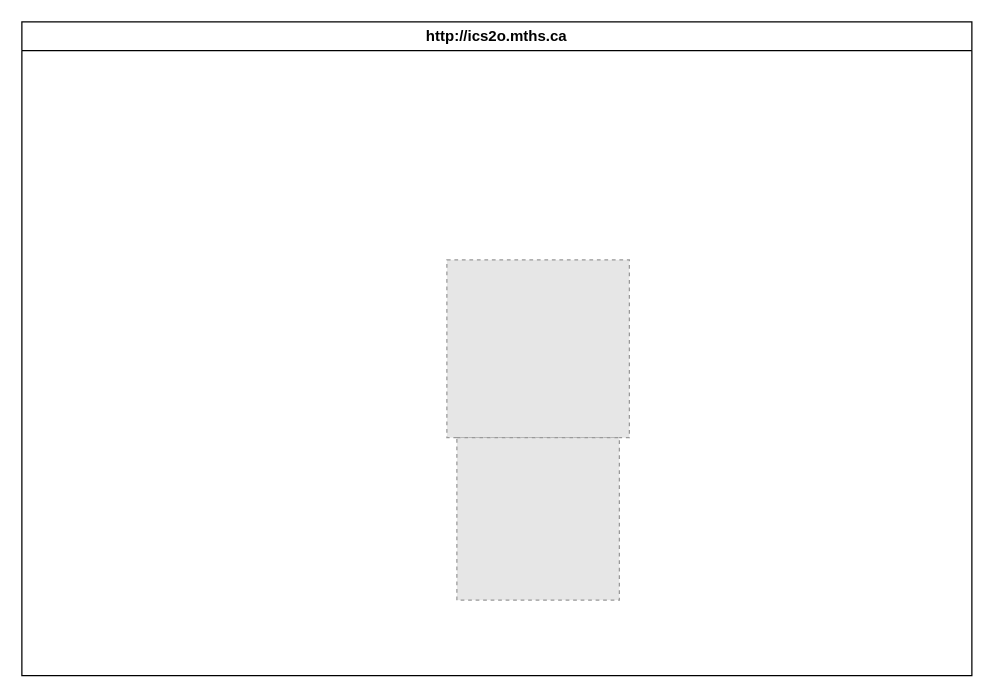
MTHS-ICD2O-1-2024/ICD2O-Final-Project-devin.boucher keeps this draw.io diagram as design/storyboard.drawio. Above is the earlier version. Source tidied: cells renumbered, new cells numbered last; positions are measured from the earlier drawing's top-left corner, leaving out a move shared by most shapes. Both pictures are drawn from the tidied source at 125%, with x=0, y=0 at pixel (21, 21). Pictures stored in the file or linked from it are replaced by grey dashed boxes.
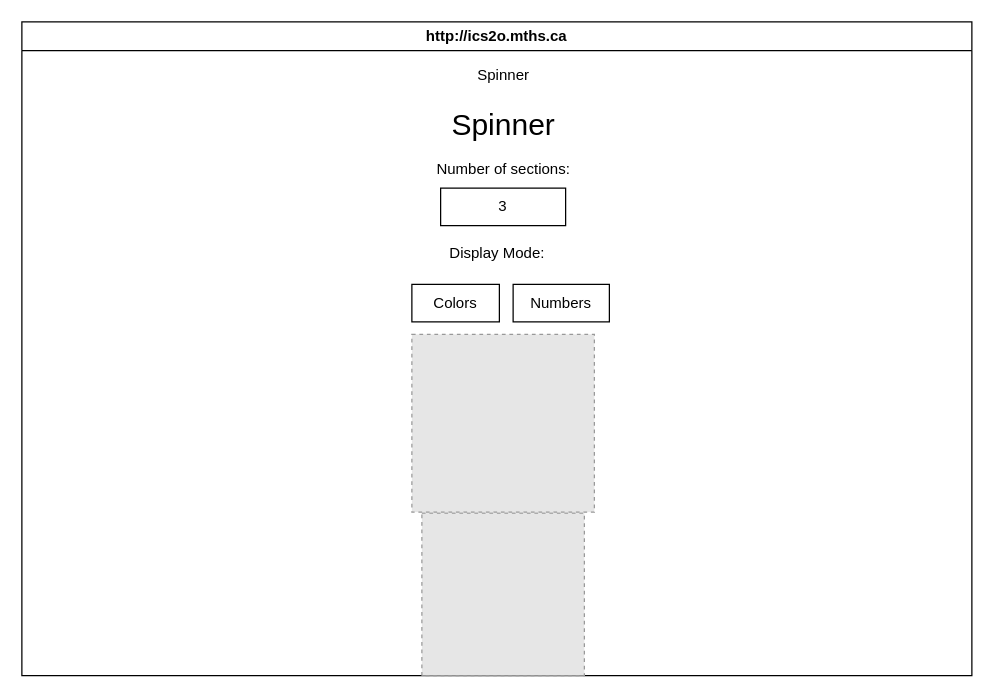
Above is the later version.

Commit message (it also covers changes not shown here):
made storyboard

Change to the diagram source:
```diff
@@
 <mxGraphModel>
   <root>
     <mxCell id="0" />
     <mxCell id="1" parent="0" />
     <mxCell id="2" value="http://ics2o.mths.ca" style="swimlane;whiteSpace=wrap;html=1;" parent="1" vertex="1">
       <mxGeometry width="760" height="523" as="geometry" />
     </mxCell>
     <mxCell id="3" style="fillColor=#E6E6E6;strokeColor=#999999;dashed=1;verticalLabelPosition=bottom;labelBackgroundColor=default;verticalAlign=top;" parent="2" vertex="1">
-      <mxGeometry x="340" y="190.4" width="146" height="142.2" as="geometry" />
+      <mxGeometry x="312" y="250" width="146" height="142.2" as="geometry" />
     </mxCell>
     <mxCell id="4" style="fillColor=#E6E6E6;strokeColor=#999999;dashed=1;verticalLabelPosition=bottom;labelBackgroundColor=default;verticalAlign=top;" parent="2" vertex="1">
-      <mxGeometry x="348" y="332.6" width="130" height="130" as="geometry" />
+      <mxGeometry x="320" y="393" width="130" height="130" as="geometry" />
     </mxCell>
+    <mxCell id="5" value="Spinner" style="text;html=1;align=center;verticalAlign=middle;strokeColor=none;fillColor=none;" parent="2" vertex="1">
+      <mxGeometry x="355" y="28" width="60" height="30" as="geometry" />
+    </mxCell>
+    <mxCell id="6" value="Spinner" style="text;html=1;align=center;verticalAlign=middle;strokeColor=none;fillColor=none;fontSize=24;" parent="2" vertex="1">
+      <mxGeometry x="330" y="63" width="110" height="40" as="geometry" />
+    </mxCell>
+    <mxCell id="7" value="Colors" style="whiteSpace=wrap;html=1;" parent="2" vertex="1">
+      <mxGeometry x="312" y="210" width="70" height="30" as="geometry" />
+    </mxCell>
+    <mxCell id="8" value="Display Mode:" style="text;html=1;align=center;verticalAlign=middle;strokeColor=none;fillColor=none;" parent="2" vertex="1">
+      <mxGeometry x="330" y="170" width="100" height="30" as="geometry" />
+    </mxCell>
+    <mxCell id="9" value="Numbers" style="whiteSpace=wrap;html=1;" parent="2" vertex="1">
+      <mxGeometry x="393" y="210" width="77" height="30" as="geometry" />
+    </mxCell>
+    <mxCell id="10" value="Number of sections:" style="text;html=1;align=center;verticalAlign=middle;strokeColor=none;fillColor=none;" parent="2" vertex="1">
+      <mxGeometry x="320" y="103" width="130" height="30" as="geometry" />
+    </mxCell>
+    <mxCell id="11" value="3" style="whiteSpace=wrap;html=1;" parent="2" vertex="1">
+      <mxGeometry x="335" y="133" width="100" height="30" as="geometry" />
+    </mxCell>
   </root>
 </mxGraphModel>
```
